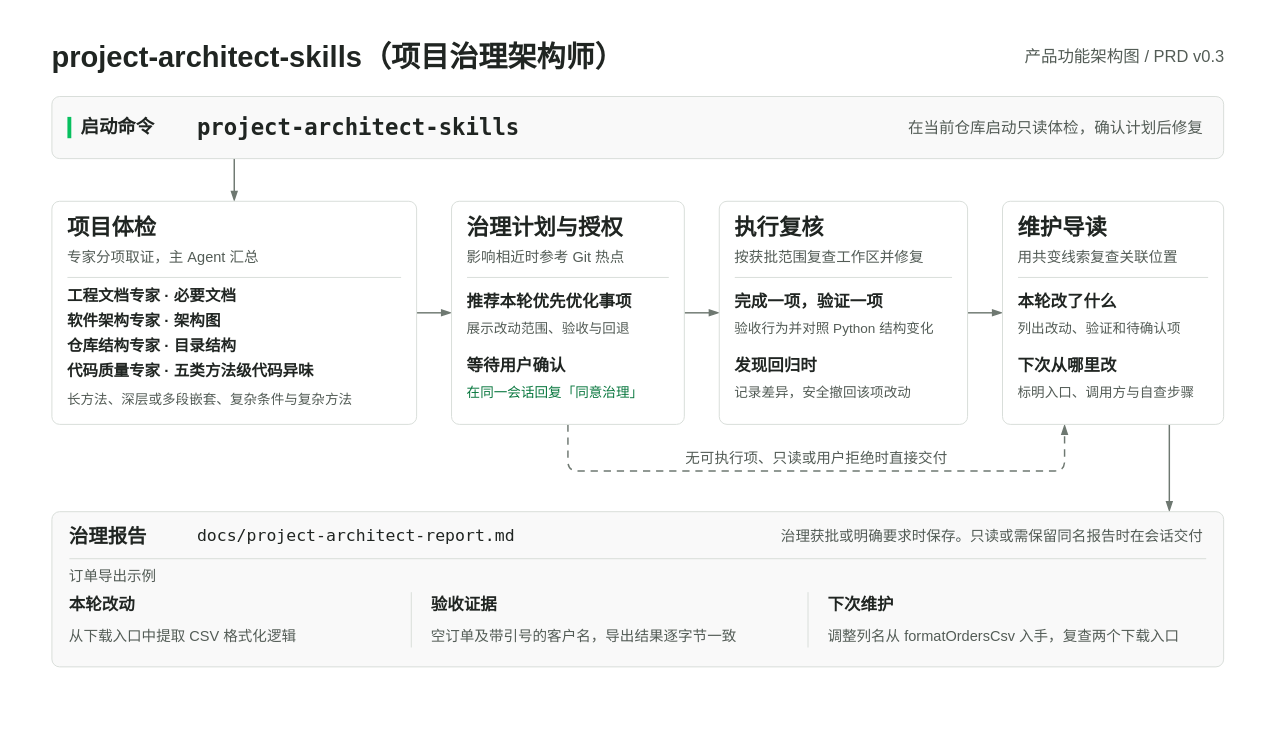
Earlier version of the draw.io diagram docs/diagrams/product-functional-architecture.drawio (cabbage2000-lab/project-architect-skills). Source tidied: cells renumbered, new cells numbered last; positions are measured from the earlier drawing's top-left corner, leaving out a move shared by most shapes. Both pictures are drawn from the tidied source at 97%, with x=0, y=0 at pixel (16, 16).
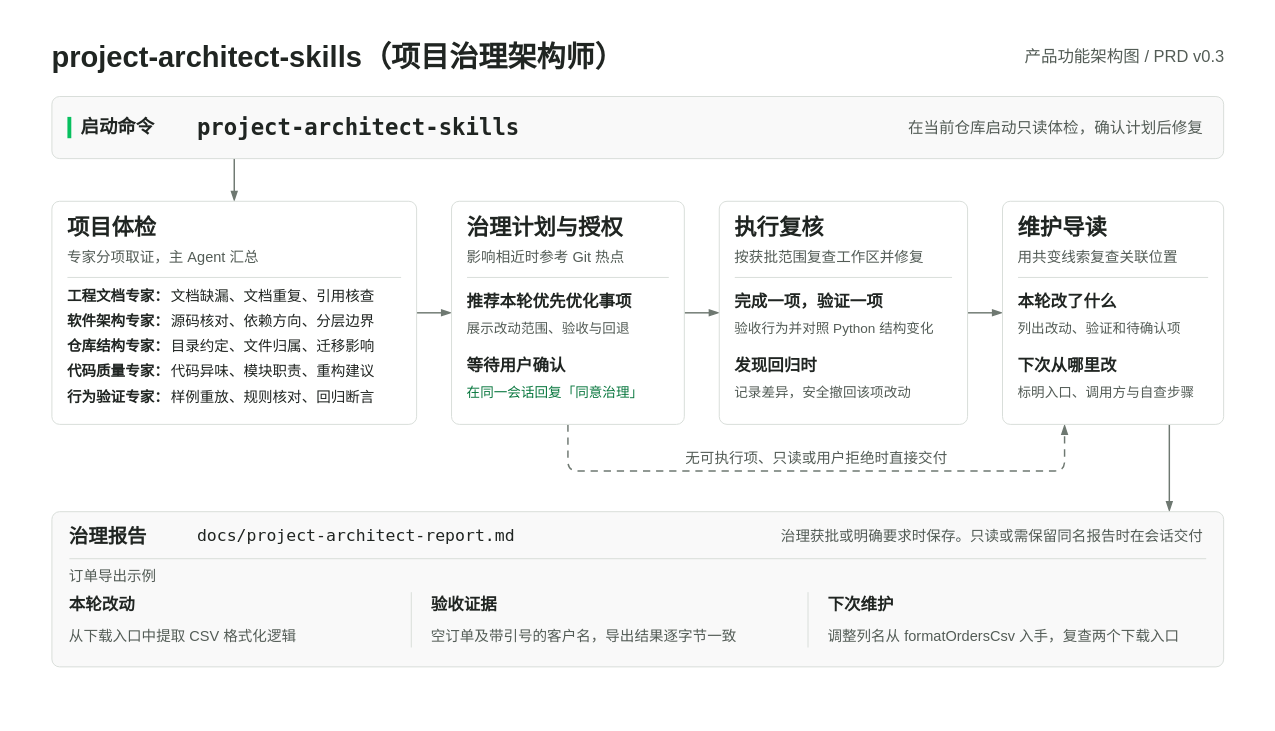
The same page after the edit.

Commit message (it also covers changes not shown here):
统一项目体检五位专家的职责说明与排版

The change refers to these unchanged cells:
```xml
<mxCell id="16" style="rounded=1;absoluteArcSize=1;arcSize=16;strokeWidth=1;html=1;fillColor=#FFFFFF;strokeColor=#D8DDD9;" parent="2" vertex="1">
  <mxGeometry x="36" y="190" width="376" height="230" as="geometry" />
</mxCell>
```

Diff of the diagram source:
```diff
@@
-    <mxCell id="20" value="工程文档专家 · 必要文档" style="text;html=1;whiteSpace=nowrap;fillColor=none;strokeColor=none;fontFamily=PingFang SC;fontSize=16;fontColor=#202522;fontStyle=1;align=left;verticalAlign=middle;spacing=0;spacingTop=0;spacingBottom=0;spacingLeft=0;spacingRight=0;" parent="16" vertex="1">
-      <mxGeometry x="16" y="85" width="344" height="23" as="geometry" />
+    <mxCell id="20" value="工程文档专家：" style="text;html=1;whiteSpace=nowrap;fillColor=none;strokeColor=none;fontFamily=PingFang SC;fontSize=15;fontColor=#202522;fontStyle=1;align=left;verticalAlign=middle;spacing=0;spacingTop=0;spacingBottom=0;spacingLeft=0;spacingRight=0;" parent="16" vertex="1">
+      <mxGeometry x="16" y="85" width="105" height="23" as="geometry" />
     </mxCell>
+    <mxCell id="63" value="文档缺漏、文档重复、引用核查" style="text;html=1;whiteSpace=nowrap;fillColor=none;strokeColor=none;fontFamily=PingFang SC;fontSize=15;fontColor=#202522;fontStyle=0;align=left;verticalAlign=middle;spacing=0;spacingTop=0;spacingBottom=0;spacingLeft=0;spacingRight=0;" parent="16" vertex="1">
+      <mxGeometry x="123" y="85" width="241" height="23" as="geometry" />
+    </mxCell>
-    <mxCell id="21" value="软件架构专家 · 架构图" style="text;html=1;whiteSpace=nowrap;fillColor=none;strokeColor=none;fontFamily=PingFang SC;fontSize=16;fontColor=#202522;fontStyle=1;align=left;verticalAlign=middle;spacing=0;spacingTop=0;spacingBottom=0;spacingLeft=0;spacingRight=0;" parent="16" vertex="1">
-      <mxGeometry x="16" y="111" width="344" height="23" as="geometry" />
+    <mxCell id="21" value="软件架构专家：" style="text;html=1;whiteSpace=nowrap;fillColor=none;strokeColor=none;fontFamily=PingFang SC;fontSize=15;fontColor=#202522;fontStyle=1;align=left;verticalAlign=middle;spacing=0;spacingTop=0;spacingBottom=0;spacingLeft=0;spacingRight=0;" parent="16" vertex="1">
+      <mxGeometry x="16" y="111" width="105" height="23" as="geometry" />
     </mxCell>
+    <mxCell id="64" value="源码核对、依赖方向、分层边界" style="text;html=1;whiteSpace=nowrap;fillColor=none;strokeColor=none;fontFamily=PingFang SC;fontSize=15;fontColor=#202522;fontStyle=0;align=left;verticalAlign=middle;spacing=0;spacingTop=0;spacingBottom=0;spacingLeft=0;spacingRight=0;" parent="16" vertex="1">
+      <mxGeometry x="123" y="111" width="241" height="23" as="geometry" />
+    </mxCell>
-    <mxCell id="22" value="仓库结构专家 · 目录结构" style="text;html=1;whiteSpace=nowrap;fillColor=none;strokeColor=none;fontFamily=PingFang SC;fontSize=16;fontColor=#202522;fontStyle=1;align=left;verticalAlign=middle;spacing=0;spacingTop=0;spacingBottom=0;spacingLeft=0;spacingRight=0;" parent="16" vertex="1">
-      <mxGeometry x="16" y="137" width="344" height="23" as="geometry" />
+    <mxCell id="22" value="仓库结构专家：" style="text;html=1;whiteSpace=nowrap;fillColor=none;strokeColor=none;fontFamily=PingFang SC;fontSize=15;fontColor=#202522;fontStyle=1;align=left;verticalAlign=middle;spacing=0;spacingTop=0;spacingBottom=0;spacingLeft=0;spacingRight=0;" parent="16" vertex="1">
+      <mxGeometry x="16" y="137" width="105" height="23" as="geometry" />
     </mxCell>
+    <mxCell id="65" value="目录约定、文件归属、迁移影响" style="text;html=1;whiteSpace=nowrap;fillColor=none;strokeColor=none;fontFamily=PingFang SC;fontSize=15;fontColor=#202522;fontStyle=0;align=left;verticalAlign=middle;spacing=0;spacingTop=0;spacingBottom=0;spacingLeft=0;spacingRight=0;" parent="16" vertex="1">
+      <mxGeometry x="123" y="137" width="241" height="23" as="geometry" />
+    </mxCell>
-    <mxCell id="23" value="代码质量专家 · 五类方法级代码异味" style="text;html=1;whiteSpace=nowrap;fillColor=none;strokeColor=none;fontFamily=PingFang SC;fontSize=16;fontColor=#202522;fontStyle=1;align=left;verticalAlign=middle;spacing=0;spacingTop=0;spacingBottom=0;spacingLeft=0;spacingRight=0;" parent="16" vertex="1">
-      <mxGeometry x="16" y="163" width="344" height="23" as="geometry" />
+    <mxCell id="23" value="代码质量专家：" style="text;html=1;whiteSpace=nowrap;fillColor=none;strokeColor=none;fontFamily=PingFang SC;fontSize=15;fontColor=#202522;fontStyle=1;align=left;verticalAlign=middle;spacing=0;spacingTop=0;spacingBottom=0;spacingLeft=0;spacingRight=0;" parent="16" vertex="1">
+      <mxGeometry x="16" y="163" width="105" height="23" as="geometry" />
     </mxCell>
-    <mxCell id="24" value="长方法、深层或多段嵌套、复杂条件与复杂方法" style="text;html=1;whiteSpace=nowrap;fillColor=none;strokeColor=none;fontFamily=PingFang SC;fontSize=14;fontColor=#535C56;fontStyle=0;align=left;verticalAlign=middle;spacing=0;spacingTop=0;spacingBottom=0;spacingLeft=0;spacingRight=0;" parent="16" vertex="1">
-      <mxGeometry x="16" y="193" width="344" height="23" as="geometry" />
-    </mxCell>
+    <mxCell id="66" value="代码异味、模块职责、重构建议" style="text;html=1;whiteSpace=nowrap;fillColor=none;strokeColor=none;fontFamily=PingFang SC;fontSize=15;fontColor=#202522;fontStyle=0;align=left;verticalAlign=middle;spacing=0;spacingTop=0;spacingBottom=0;spacingLeft=0;spacingRight=0;" parent="16" vertex="1">
+      <mxGeometry x="123" y="163" width="241" height="23" as="geometry" />
+    </mxCell>
+    <mxCell id="67" value="行为验证专家：" style="text;html=1;whiteSpace=nowrap;fillColor=none;strokeColor=none;fontFamily=PingFang SC;fontSize=15;fontColor=#202522;fontStyle=1;align=left;verticalAlign=middle;spacing=0;spacingTop=0;spacingBottom=0;spacingLeft=0;spacingRight=0;" parent="16" vertex="1">
+      <mxGeometry x="16" y="189" width="105" height="23" as="geometry" />
+    </mxCell>
+    <mxCell id="68" value="样例重放、规则核对、回归断言" style="text;html=1;whiteSpace=nowrap;fillColor=none;strokeColor=none;fontFamily=PingFang SC;fontSize=15;fontColor=#202522;fontStyle=0;align=left;verticalAlign=middle;spacing=0;spacingTop=0;spacingBottom=0;spacingLeft=0;spacingRight=0;" parent="16" vertex="1">
+      <mxGeometry x="123" y="189" width="241" height="23" as="geometry" />
+    </mxCell>
```
